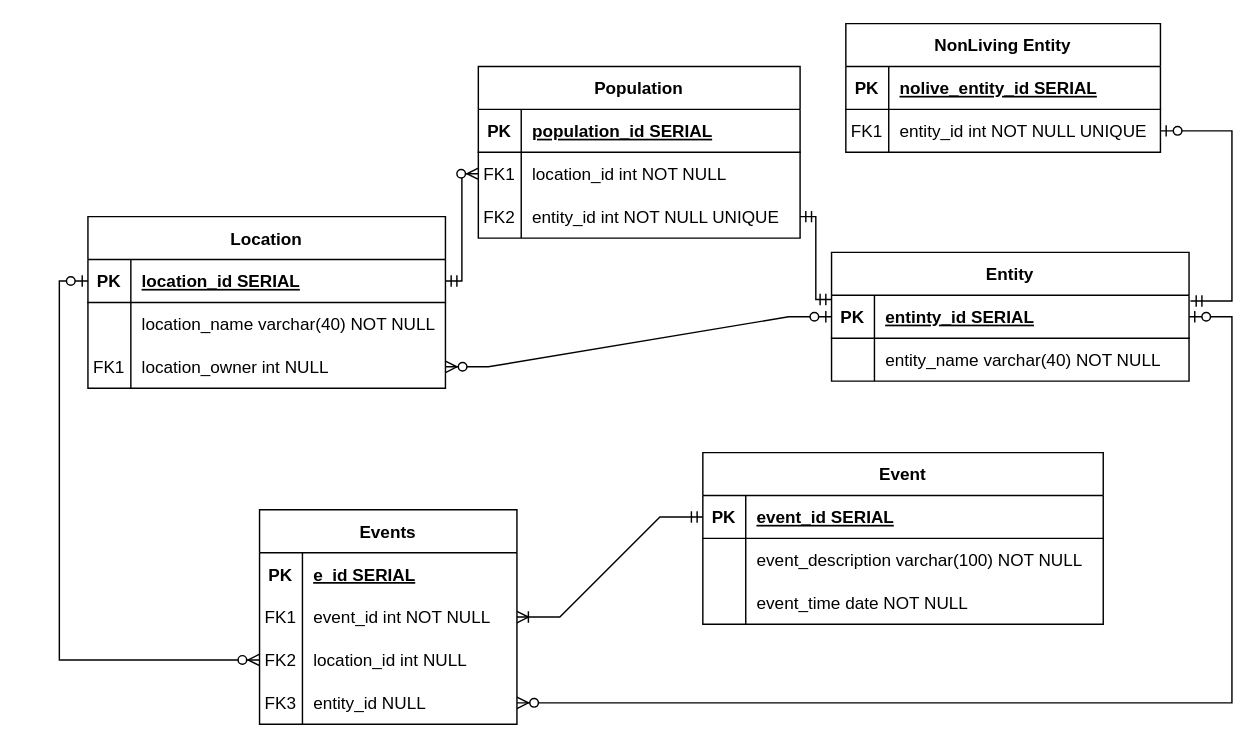
The draw.io diagram datalogical_model.drawio in Zerumi/bd1_180223_367837, before the edit. Source tidied: cells renumbered, new cells numbered last; positions are measured from the earlier drawing's top-left corner, leaving out a move shared by most shapes. Both pictures are drawn from the tidied source at 143%, with x=0, y=0 at pixel (59, 23).
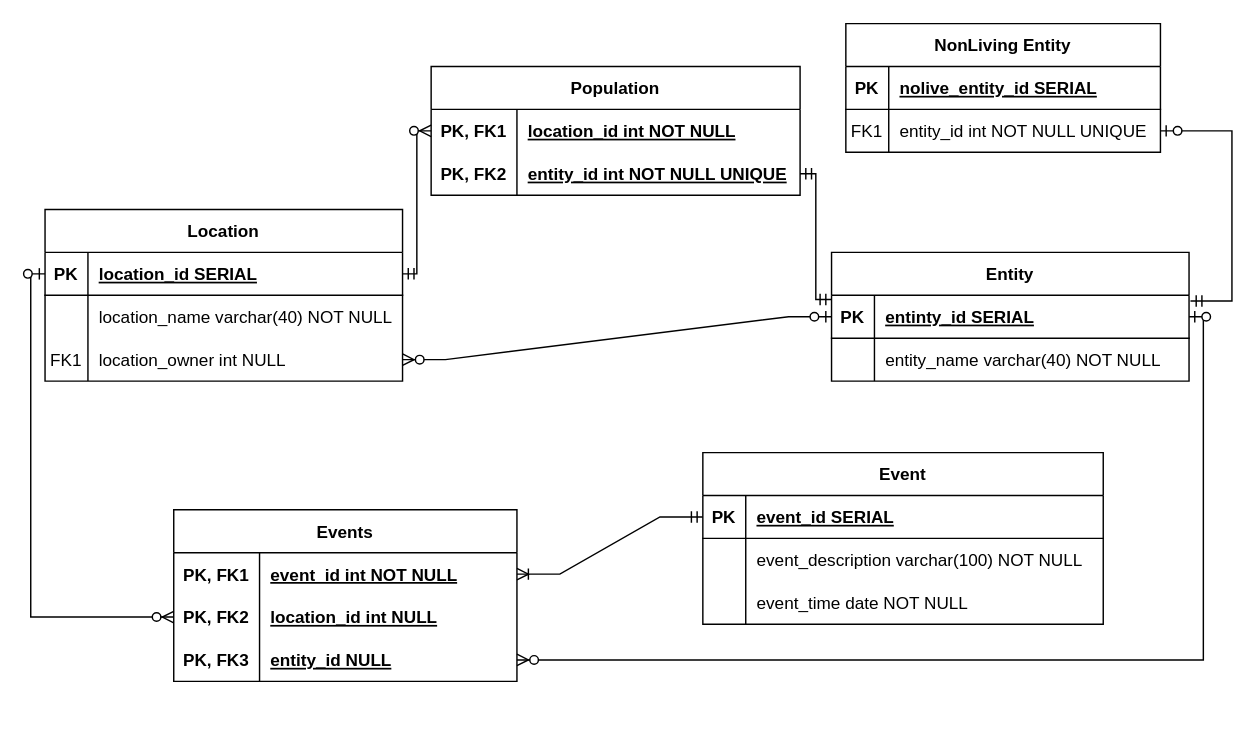
After the change.

The change refers to these unchanged cells:
```xml
<mxCell id="3" style="shape=partialRectangle;fillColor=none;points=[[0,0.5],[1,0.5]];portConstraint=eastwest;top=0;left=0;right=0;bottom=1;" parent="2" vertex="1">
  <mxGeometry y="30" width="250" height="30" as="geometry" />
</mxCell>
<mxCell id="20" style="shape=partialRectangle;fillColor=none;points=[[0,0.5],[1,0.5]];portConstraint=eastwest;top=0;left=0;right=0;bottom=1;" parent="19" vertex="1">
  <mxGeometry y="30" width="250" height="30" as="geometry" />
</mxCell>
```

Diff of the diagram source:
```diff
@@
     <mxCell id="9" value="Population" style="shape=table;startSize=30;childLayout=tableLayout;rowLines=0;fontStyle=1;align=center;" parent="1" vertex="1">
-      <mxGeometry x="293" y="30" width="225" height="120" as="geometry" />
+      <mxGeometry x="260" y="30" width="258" height="90" as="geometry" />
     </mxCell>
-    <mxCell id="10" style="shape=partialRectangle;top=0;left=0;right=0;bottom=1;fillColor=none;perimeterSpacing=1;" parent="9" vertex="1">
-      <mxGeometry y="30" width="225" height="30" as="geometry" />
-    </mxCell>
-    <mxCell id="11" value="PK" style="shape=partialRectangle;overflow=hidden;fillColor=none;top=0;left=0;bottom=0;right=0;perimeterSpacing=1;fontStyle=1;" parent="10" vertex="1">
-      <mxGeometry width="30" height="30" as="geometry" />
-    </mxCell>
-    <mxCell id="12" value="population_id SERIAL" style="shape=partialRectangle;overflow=hidden;fillColor=none;top=0;left=0;bottom=0;right=0;align=left;spacingLeft=6;perimeterSpacing=1;fontStyle=5;" parent="10" vertex="1">
-      <mxGeometry x="30" width="195" height="30" as="geometry" />
-    </mxCell>
-    <mxCell id="13" style="shape=partialRectangle;fillColor=none;points=[[0,0.5],[1,0.5]];portConstraint=eastwest;top=0;left=0;right=0;bottom=0;" parent="9" vertex="1">
-      <mxGeometry y="60" width="225" height="30" as="geometry" />
+    <mxCell id="13" style="shape=partialRectangle;fillColor=none;points=[[0,0.5],[1,0.5]];portConstraint=eastwest;top=0;left=0;right=0;bottom=0;fontStyle=5;" parent="9" vertex="1">
+      <mxGeometry y="30" width="258" height="30" as="geometry" />
     </mxCell>
-    <mxCell id="14" value="FK1" style="shape=partialRectangle;overflow=hidden;fillColor=none;top=0;left=0;bottom=0;right=0;" parent="13" vertex="1">
-      <mxGeometry width="30" height="30" as="geometry" />
+    <mxCell id="14" value="PK, FK1" style="shape=partialRectangle;overflow=hidden;fillColor=none;top=0;left=0;bottom=0;right=0;fontStyle=1;" parent="13" vertex="1">
+      <mxGeometry width="60" height="30" as="geometry" />
     </mxCell>
-    <mxCell id="15" value="location_id int NOT NULL" style="shape=partialRectangle;overflow=hidden;fillColor=none;top=0;left=0;bottom=0;right=0;align=left;spacingLeft=6;" parent="13" vertex="1">
-      <mxGeometry x="30" width="195" height="30" as="geometry" />
+    <mxCell id="15" value="location_id int NOT NULL" style="shape=partialRectangle;overflow=hidden;fillColor=none;top=0;left=0;bottom=0;right=0;align=left;spacingLeft=6;fontStyle=5;" parent="13" vertex="1">
+      <mxGeometry x="60" width="198" height="30" as="geometry" />
     </mxCell>
     <mxCell id="16" style="shape=partialRectangle;fillColor=none;points=[[0,0.5],[1,0.5]];portConstraint=eastwest;top=0;left=0;right=0;bottom=0;" parent="9" vertex="1">
-      <mxGeometry y="90" width="225" height="30" as="geometry" />
+      <mxGeometry y="60" width="258" height="30" as="geometry" />
     </mxCell>
-    <mxCell id="17" value="FK2" style="shape=partialRectangle;overflow=hidden;fillColor=none;top=0;left=0;bottom=0;right=0;" parent="16" vertex="1">
-      <mxGeometry width="30" height="30" as="geometry" />
+    <mxCell id="17" value="PK, FK2" style="shape=partialRectangle;overflow=hidden;fillColor=none;top=0;left=0;bottom=0;right=0;fontStyle=1;" parent="16" vertex="1">
+      <mxGeometry width="60" height="30" as="geometry" />
     </mxCell>
-    <mxCell id="18" value="entity_id int NOT NULL UNIQUE" style="shape=partialRectangle;overflow=hidden;fillColor=none;top=0;left=0;bottom=0;right=0;align=left;spacingLeft=6;" parent="16" vertex="1">
-      <mxGeometry x="30" width="195" height="30" as="geometry" />
+    <mxCell id="18" value="entity_id int NOT NULL UNIQUE" style="shape=partialRectangle;overflow=hidden;fillColor=none;top=0;left=0;bottom=0;right=0;align=left;spacingLeft=6;fontStyle=5;" parent="16" vertex="1">
+      <mxGeometry x="60" width="198" height="30" as="geometry" />
     </mxCell>
     <mxCell id="19" value="Location" style="shape=table;startSize=30;childLayout=tableLayout;rowLines=0;fontStyle=1;align=center;" parent="1" vertex="1">
-      <mxGeometry x="20" y="135" width="250" height="120" as="geometry" />
+      <mxGeometry x="-10" y="130" width="250" height="120" as="geometry" />
     </mxCell>
@@
     <mxCell id="29" value="Events" style="shape=table;startSize=30;childLayout=tableLayout;rowLines=0;fontStyle=1;align=center;" parent="1" vertex="1">
-      <mxGeometry x="140" y="340" width="180" height="150" as="geometry" />
+      <mxGeometry x="80" y="340" width="240" height="120" as="geometry" />
     </mxCell>
-    <mxCell id="30" style="shape=tableRow;horizontal=0;startSize=0;swimlaneHead=0;swimlaneBody=0;fillColor=none;top=0;left=0;right=0;bottom=0;fontStyle=1;" parent="29" vertex="1">
-      <mxGeometry y="30" width="180" height="30" as="geometry" />
-    </mxCell>
-    <mxCell id="31" value="PK" style="shape=partialRectangle;fillColor=none;top=0;left=0;bottom=0;right=0;overflow=hidden;fontStyle=1;" parent="30" vertex="1">
-      <mxGeometry width="30" height="30" as="geometry" />
-    </mxCell>
-    <mxCell id="32" value="e_id SERIAL" style="shape=partialRectangle;fillColor=none;top=0;left=0;bottom=0;right=0;align=left;spacingLeft=6;overflow=hidden;fontStyle=5;" parent="30" vertex="1">
-      <mxGeometry x="30" width="150" height="30" as="geometry" />
-    </mxCell>
     <mxCell id="33" style="shape=tableRow;horizontal=0;startSize=0;swimlaneHead=0;swimlaneBody=0;fillColor=none;points=[[0,0.5],[1,0.5]];portConstraint=eastwest;top=0;left=0;right=0;bottom=0;" parent="29" vertex="1">
-      <mxGeometry y="60" width="180" height="30" as="geometry" />
+      <mxGeometry y="30" width="240" height="30" as="geometry" />
     </mxCell>
-    <mxCell id="34" value="FK1" style="shape=partialRectangle;fillColor=none;top=0;left=0;bottom=0;right=0;overflow=hidden;" parent="33" vertex="1">
-      <mxGeometry width="30" height="30" as="geometry" />
+    <mxCell id="34" value="PK, FK1" style="shape=partialRectangle;fillColor=none;top=0;left=0;bottom=0;right=0;overflow=hidden;fontStyle=1;" parent="33" vertex="1">
+      <mxGeometry width="60" height="30" as="geometry" />
     </mxCell>
-    <mxCell id="35" value="event_id int NOT NULL" style="shape=partialRectangle;fillColor=none;top=0;left=0;bottom=0;right=0;align=left;spacingLeft=6;overflow=hidden;" parent="33" vertex="1">
-      <mxGeometry x="30" width="150" height="30" as="geometry" />
+    <mxCell id="35" value="event_id int NOT NULL" style="shape=partialRectangle;fillColor=none;top=0;left=0;bottom=0;right=0;align=left;spacingLeft=6;overflow=hidden;fontStyle=5;" parent="33" vertex="1">
+      <mxGeometry x="60" width="180" height="30" as="geometry" />
     </mxCell>
     <mxCell id="36" style="shape=tableRow;horizontal=0;startSize=0;swimlaneHead=0;swimlaneBody=0;fillColor=none;points=[[0,0.5],[1,0.5]];portConstraint=eastwest;top=0;left=0;right=0;bottom=0;" parent="29" vertex="1">
-      <mxGeometry y="90" width="180" height="30" as="geometry" />
+      <mxGeometry y="60" width="240" height="30" as="geometry" />
     </mxCell>
-    <mxCell id="37" value="FK2" style="shape=partialRectangle;fillColor=none;top=0;left=0;bottom=0;right=0;overflow=hidden;" parent="36" vertex="1">
-      <mxGeometry width="30" height="30" as="geometry" />
+    <mxCell id="37" value="PK, FK2" style="shape=partialRectangle;fillColor=none;top=0;left=0;bottom=0;right=0;overflow=hidden;fontStyle=1;" parent="36" vertex="1">
+      <mxGeometry width="60" height="30" as="geometry" />
     </mxCell>
-    <mxCell id="38" value="location_id int NULL" style="shape=partialRectangle;fillColor=none;top=0;left=0;bottom=0;right=0;align=left;spacingLeft=6;overflow=hidden;" parent="36" vertex="1">
-      <mxGeometry x="30" width="150" height="30" as="geometry" />
+    <mxCell id="38" value="location_id int NULL" style="shape=partialRectangle;fillColor=none;top=0;left=0;bottom=0;right=0;align=left;spacingLeft=6;overflow=hidden;fontStyle=5;" parent="36" vertex="1">
+      <mxGeometry x="60" width="180" height="30" as="geometry" />
     </mxCell>
     <mxCell id="39" style="shape=tableRow;horizontal=0;startSize=0;swimlaneHead=0;swimlaneBody=0;fillColor=none;points=[[0,0.5],[1,0.5]];portConstraint=eastwest;top=0;left=0;right=0;bottom=0;" parent="29" vertex="1">
-      <mxGeometry y="120" width="180" height="30" as="geometry" />
+      <mxGeometry y="90" width="240" height="30" as="geometry" />
     </mxCell>
-    <mxCell id="40" value="FK3" style="shape=partialRectangle;fillColor=none;top=0;left=0;bottom=0;right=0;overflow=hidden;" parent="39" vertex="1">
-      <mxGeometry width="30" height="30" as="geometry" />
+    <mxCell id="40" value="PK, FK3" style="shape=partialRectangle;fillColor=none;top=0;left=0;bottom=0;right=0;overflow=hidden;fontStyle=1;" parent="39" vertex="1">
+      <mxGeometry width="60" height="30" as="geometry" />
     </mxCell>
-    <mxCell id="41" value="entity_id NULL" style="shape=partialRectangle;fillColor=none;top=0;left=0;bottom=0;right=0;align=left;spacingLeft=6;overflow=hidden;" parent="39" vertex="1">
-      <mxGeometry x="30" width="150" height="30" as="geometry" />
+    <mxCell id="41" value="entity_id NULL" style="shape=partialRectangle;fillColor=none;top=0;left=0;bottom=0;right=0;align=left;spacingLeft=6;overflow=hidden;fontStyle=5;" parent="39" vertex="1">
+      <mxGeometry x="60" width="180" height="30" as="geometry" />
     </mxCell>
@@
     <mxCell id="52" style="edgeStyle=orthogonalEdgeStyle;fontSize=12;html=1;endArrow=ERzeroToMany;startArrow=ERzeroToOne;rounded=0;exitX=0;exitY=0.5;exitDx=0;exitDy=0;" parent="1" edge="1" source="20" target="36">
-      <mxGeometry relative="1" as="geometry">
-        <Array as="points">
-          <mxPoint y="180" />
-          <mxPoint y="445" />
-        </Array>
-      </mxGeometry>
+      <mxGeometry relative="1" as="geometry" />
     </mxCell>
     <mxCell id="53" style="edgeStyle=orthogonalEdgeStyle;fontSize=12;html=1;endArrow=ERzeroToMany;startArrow=ERzeroToOne;rounded=0;exitX=1;exitY=0.5;exitDx=0;exitDy=0;" parent="1" edge="1" source="3" target="39">
-      <mxGeometry relative="1" as="geometry">
-        <Array as="points">
-          <mxPoint x="820" y="205" />
-          <mxPoint x="820" y="475" />
-        </Array>
-      </mxGeometry>
+      <mxGeometry relative="1" as="geometry" />
     </mxCell>
```
